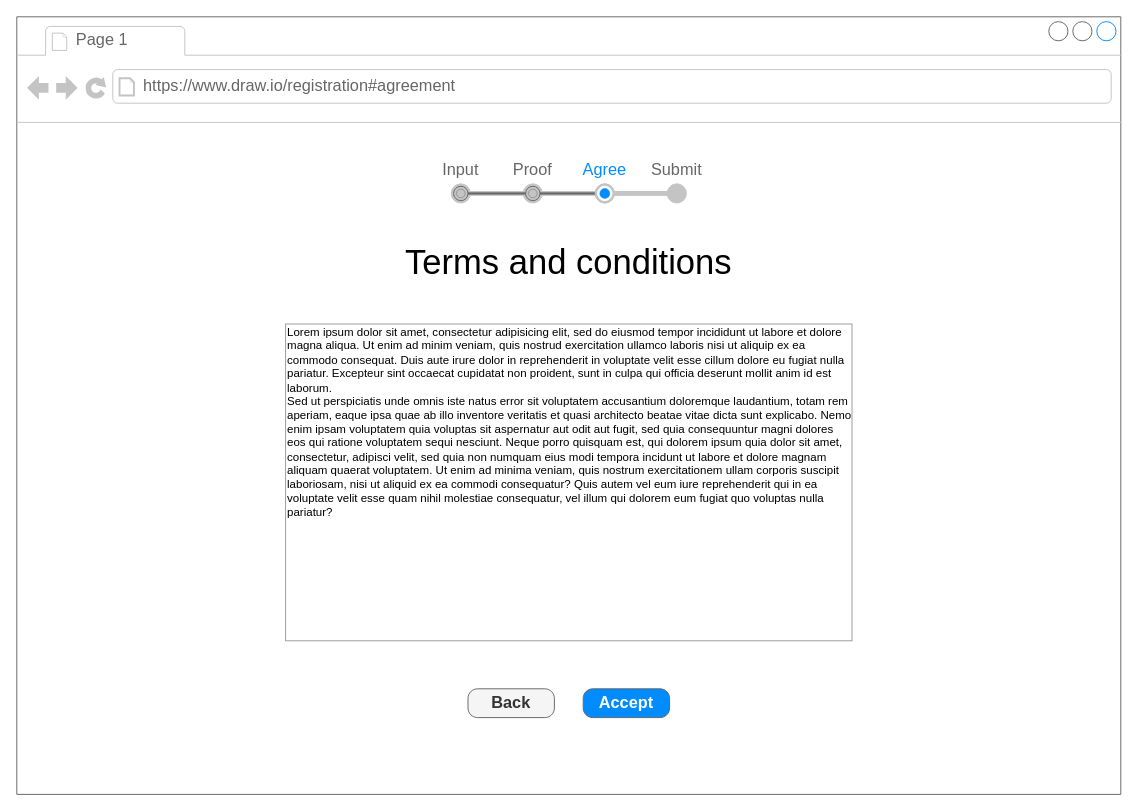
FraunhoferISST/End-User-API keeps this draw.io diagram as page "register-agreement" (6 of 20) of docs/files/figs/wireframes.drawio. Above is the earlier version. Source tidied: cells renumbered, new cells numbered last; positions are measured from the earlier drawing's top-left corner, leaving out a move shared by most shapes. Both pictures are drawn from the tidied source at 96%, with x=0, y=0 at pixel (16, 16).
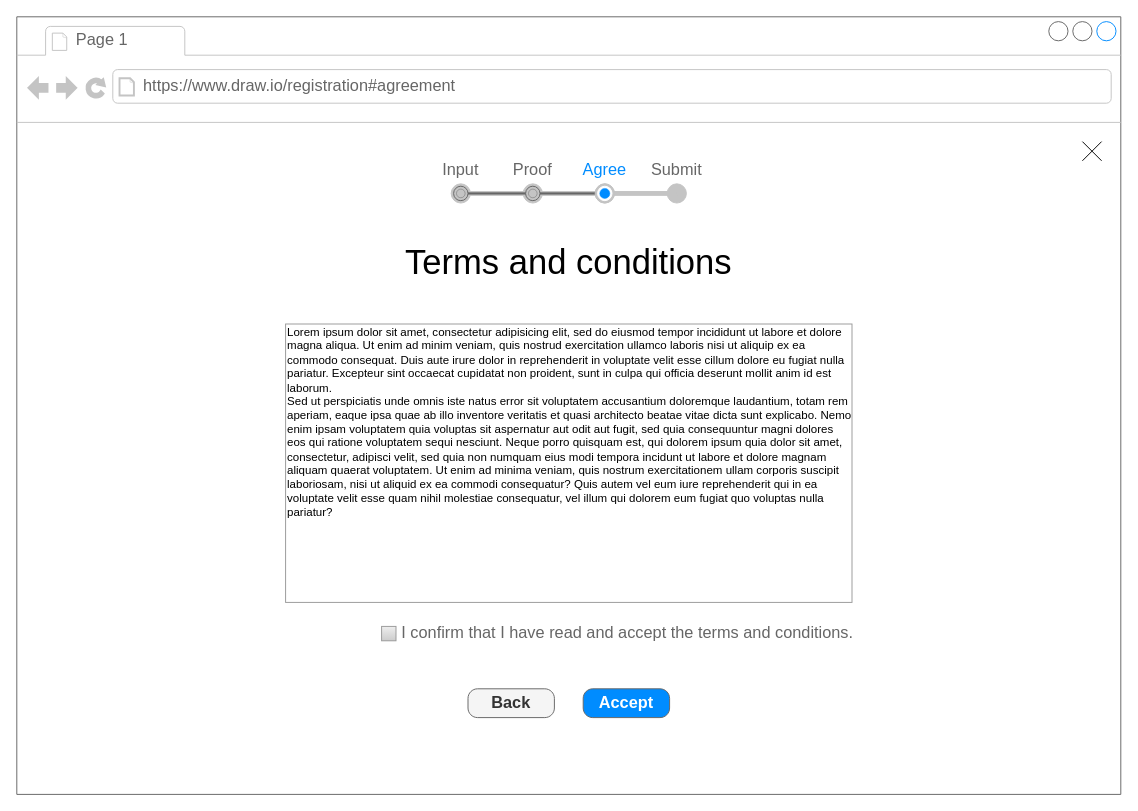
The same page after the edit.

The edit, as a diff of the source:
```diff
@@
 <mxGraphModel>
   <root>
     <mxCell id="0" />
     <mxCell id="1" parent="0" />
     <mxCell id="2" style="strokeWidth=1;shadow=0;dashed=0;align=center;html=1;shape=mxgraph.mockup.containers.browserWindow;rSize=0;strokeColor=#666666;strokeColor2=#008cff;strokeColor3=#c4c4c4;mainText=,;" parent="1" vertex="1">
       <mxGeometry width="1150" height="810" as="geometry" />
     </mxCell>
     <mxCell id="3" value="Page 1" style="strokeWidth=1;shadow=0;dashed=0;align=center;html=1;shape=mxgraph.mockup.containers.anchor;fontSize=17;fontColor=#666666;align=left;whiteSpace=wrap;" parent="2" vertex="1">
       <mxGeometry x="60" y="12" width="110" height="26" as="geometry" />
     </mxCell>
     <mxCell id="4" value="https://www.draw.io/registration#agreement" style="strokeWidth=1;shadow=0;dashed=0;align=center;html=1;shape=mxgraph.mockup.containers.anchor;rSize=0;fontSize=17;fontColor=#666666;align=left;" parent="2" vertex="1">
       <mxGeometry x="130" y="60" width="250" height="26" as="geometry" />
     </mxCell>
     <mxCell id="5" value="&lt;table style=&quot;border-color: var(--border-color); font-size: 1em;&quot; border=&quot;0&quot; cellpadding=&quot;0&quot; cellspacing=&quot;0&quot; width=&quot;100%&quot; height=&quot;100%&quot;&gt;&lt;tbody style=&quot;border-color: var(--border-color);&quot;&gt;&lt;tr style=&quot;border-color: var(--border-color);&quot; height=&quot;0%&quot;&gt;&lt;td style=&quot;border-color: var(--border-color);&quot; width=&quot;25%&quot;&gt;Input&lt;/td&gt;&lt;td style=&quot;border-color: var(--border-color);&quot; width=&quot;25%&quot;&gt;Proof&lt;/td&gt;&lt;td style=&quot;border-color: var(--border-color); color: rgb(0, 140, 255);&quot; width=&quot;25%&quot;&gt;Agree&lt;/td&gt;&lt;td style=&quot;border-color: var(--border-color);&quot; width=&quot;25%&quot;&gt;Submit&lt;/td&gt;&lt;/tr&gt;&lt;tr style=&quot;border-color: var(--border-color);&quot; height=&quot;100%&quot;&gt;&lt;/tr&gt;&lt;/tbody&gt;&lt;/table&gt;" style="strokeWidth=1;shadow=0;dashed=0;align=center;html=1;shape=mxgraph.mockup.navigation.stepBar;strokeColor=#c4c4c4;textColor=#666666;textColor2=#008cff;mainText=,,+,;textSize=17;fillColor=#666666;overflow=fill;fontSize=17;fontColor=#666666;" parent="1" vertex="1">
       <mxGeometry x="425" y="150" width="300" height="50" as="geometry" />
     </mxCell>
     <mxCell id="6" value="Terms and conditions" style="text;html=1;strokeColor=none;fillColor=none;align=center;verticalAlign=middle;whiteSpace=wrap;rounded=0;fontSize=36;" parent="1" vertex="1">
       <mxGeometry x="280" y="240" width="590" height="30" as="geometry" />
     </mxCell>
     <mxCell id="7" value="Lorem ipsum dolor sit amet, consectetur adipisicing elit, sed do eiusmod tempor incididunt ut labore et dolore magna aliqua. Ut enim ad minim veniam, quis nostrud exercitation ullamco laboris nisi ut aliquip ex ea commodo consequat. Duis aute irure dolor in reprehenderit in voluptate velit esse cillum dolore eu fugiat nulla pariatur. Excepteur sint occaecat cupidatat non proident, sunt in culpa qui officia deserunt mollit anim id est laborum.&#10;Sed ut perspiciatis unde omnis iste natus error sit voluptatem accusantium doloremque laudantium, totam rem aperiam, eaque ipsa quae ab illo inventore veritatis et quasi architecto beatae vitae dicta sunt explicabo. Nemo enim ipsam voluptatem quia voluptas sit aspernatur aut odit aut fugit, sed quia consequuntur magni dolores eos qui ratione voluptatem sequi nesciunt. Neque porro quisquam est, qui dolorem ipsum quia dolor sit amet, consectetur, adipisci velit, sed quia non numquam eius modi tempora incidunt ut labore et dolore magnam aliquam quaerat voluptatem. Ut enim ad minima veniam, quis nostrum exercitationem ullam corporis suscipit laboriosam, nisi ut aliquid ex ea commodi consequatur? Quis autem vel eum iure reprehenderit qui in ea voluptate velit esse quam nihil molestiae consequatur, vel illum qui dolorem eum fugiat quo voluptas nulla pariatur?" style="text;spacingTop=-5;whiteSpace=wrap;html=1;align=left;fontSize=12;fontFamily=Helvetica;fillColor=none;strokeColor=#999999;" parent="1" vertex="1">
-      <mxGeometry x="280" y="320" width="590" height="330" as="geometry" />
+      <mxGeometry x="280" y="320" width="590" height="290" as="geometry" />
     </mxCell>
     <mxCell id="8" value="Back" style="strokeWidth=1;shadow=0;dashed=0;align=center;html=1;shape=mxgraph.mockup.buttons.button;strokeColor=#666666;fontColor=#333333;mainText=;buttonStyle=round;fontSize=17;fontStyle=1;fillColor=#f5f5f5;whiteSpace=wrap;" parent="1" vertex="1">
       <mxGeometry x="470" y="700" width="90" height="30" as="geometry" />
     </mxCell>
     <mxCell id="9" value="Accept" style="strokeWidth=1;shadow=0;dashed=0;align=center;html=1;shape=mxgraph.mockup.buttons.button;strokeColor=#666666;fontColor=#ffffff;mainText=;buttonStyle=round;fontSize=17;fontStyle=1;fillColor=#008cff;whiteSpace=wrap;" parent="1" vertex="1">
       <mxGeometry x="590" y="700" width="90" height="30" as="geometry" />
     </mxCell>
+    <mxCell id="10" style="shape=mxgraph.sysml.x;" parent="1" vertex="1">
+      <mxGeometry x="1110" y="130" width="20" height="20" as="geometry" />
+    </mxCell>
+    <mxCell id="11" value="I confirm that I have read and accept the terms and conditions." style="strokeWidth=1;shadow=0;dashed=0;align=center;html=1;shape=mxgraph.mockup.forms.rrect;rSize=0;fillColor=#eeeeee;strokeColor=#999999;gradientColor=#cccccc;align=left;spacingLeft=4;fontSize=17;fontColor=#666666;labelPosition=right;" parent="1" vertex="1">
+      <mxGeometry x="380" y="635" width="15" height="15" as="geometry" />
+    </mxCell>
   </root>
 </mxGraphModel>
```
